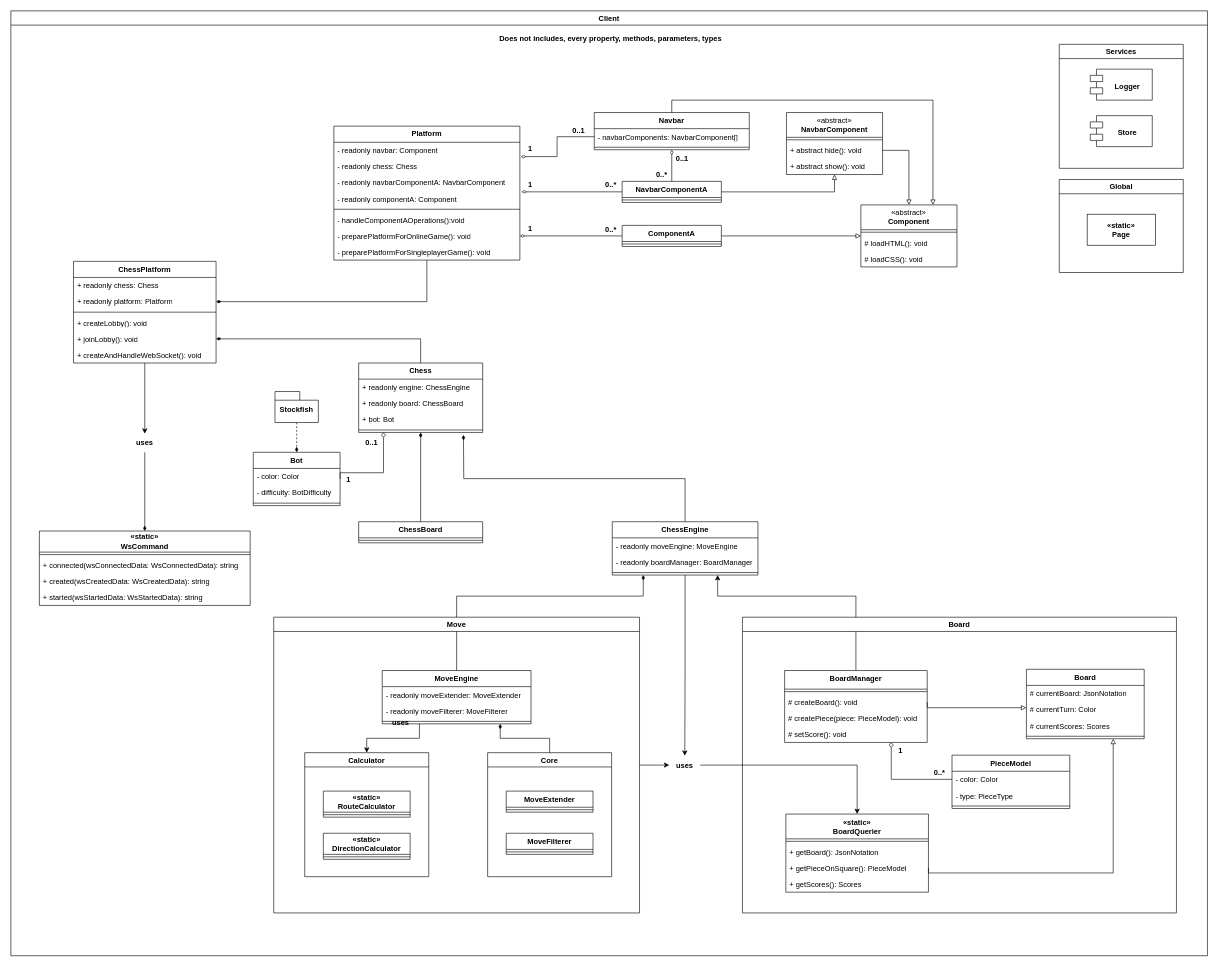
The draw.io diagram page "Client-Side-Architecture" (1 of 5) of docs/chess-platform.drawio in SuperLogic-stack/chess-arena, before the edit. Source tidied: cells renumbered, new cells numbered last; positions are measured from the earlier drawing's top-left corner, leaving out a move shared by most shapes. Both pictures are drawn from the tidied source at 62%, with x=0, y=0 at pixel (11, 11).
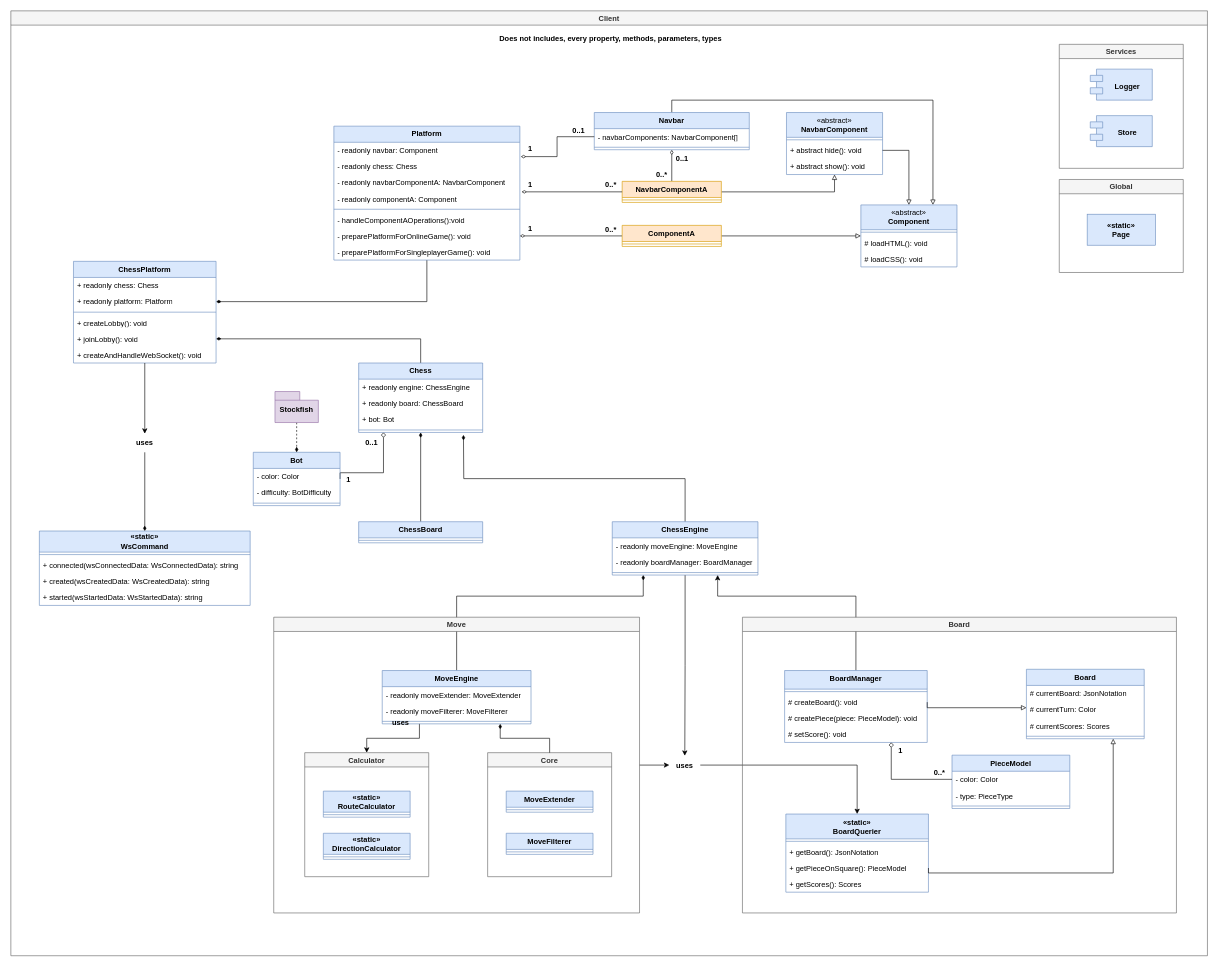
The same diagram, later.

What changed in the source:
```diff
@@
-    <mxCell id="5" value="&lt;b&gt;Platform&lt;/b&gt;" style="swimlane;fontStyle=0;horizontal=1;startSize=26;fillColor=none;whiteSpace=wrap;html=1;swimlaneLine=1;glass=0;swimlaneHead=1;" parent="1" vertex="1">
+    <mxCell id="5" value="&lt;b&gt;Platform&lt;/b&gt;" style="swimlane;fontStyle=0;horizontal=1;startSize=26;fillColor=#dae8fc;whiteSpace=wrap;html=1;swimlaneLine=1;glass=0;swimlaneHead=1;strokeColor=#6c8ebf;" parent="1" vertex="1">
       <mxGeometry x="521" y="186" width="300" height="216" as="geometry" />
     </mxCell>
@@
-    <mxCell id="15" value="&lt;b&gt;Navbar&lt;/b&gt;" style="swimlane;fontStyle=0;horizontal=1;startSize=26;fillColor=none;whiteSpace=wrap;html=1;" parent="1" vertex="1">
+    <mxCell id="15" value="&lt;b&gt;Navbar&lt;/b&gt;" style="swimlane;fontStyle=0;horizontal=1;startSize=26;fillColor=#dae8fc;whiteSpace=wrap;html=1;strokeColor=#6c8ebf;" parent="1" vertex="1">
       <mxGeometry x="941" y="164" width="250" height="60" as="geometry" />
     </mxCell>
@@
-    <mxCell id="18" value="&lt;div&gt;«abstract»&lt;/div&gt;&lt;div&gt;&lt;b&gt;NavbarComponent&lt;/b&gt;&lt;/div&gt;" style="swimlane;fontStyle=0;horizontal=1;startSize=40;fillColor=none;whiteSpace=wrap;html=1;" parent="1" vertex="1">
+    <mxCell id="18" value="&lt;div&gt;«abstract»&lt;/div&gt;&lt;div&gt;&lt;b&gt;NavbarComponent&lt;/b&gt;&lt;/div&gt;" style="swimlane;fontStyle=0;horizontal=1;startSize=40;fillColor=#dae8fc;whiteSpace=wrap;html=1;strokeColor=#6c8ebf;" parent="1" vertex="1">
       <mxGeometry x="1251" y="164" width="155" height="100" as="geometry" />
     </mxCell>
@@
-    <mxCell id="22" value="&lt;div&gt;«abstract»&lt;/div&gt;&lt;div&gt;&lt;b&gt;Component&lt;/b&gt;&lt;/div&gt;" style="swimlane;fontStyle=0;horizontal=1;startSize=40;fillColor=none;whiteSpace=wrap;html=1;" parent="1" vertex="1">
+    <mxCell id="22" value="&lt;div&gt;«abstract»&lt;/div&gt;&lt;div&gt;&lt;b&gt;Component&lt;/b&gt;&lt;/div&gt;" style="swimlane;fontStyle=0;horizontal=1;startSize=40;fillColor=#dae8fc;whiteSpace=wrap;html=1;strokeColor=#6c8ebf;" parent="1" vertex="1">
       <mxGeometry x="1371" y="313" width="155" height="100" as="geometry" />
     </mxCell>
@@
-    <mxCell id="28" value="ComponentA" style="swimlane;fontStyle=1;align=center;verticalAlign=top;horizontal=1;startSize=26;whiteSpace=wrap;html=1;" parent="1" vertex="1">
+    <mxCell id="28" value="ComponentA" style="swimlane;fontStyle=1;align=center;verticalAlign=top;horizontal=1;startSize=26;whiteSpace=wrap;html=1;fillColor=#ffe6cc;strokeColor=#d79b00;" parent="1" vertex="1">
       <mxGeometry x="986" y="346" width="160" height="34" as="geometry" />
     </mxCell>
@@
-    <mxCell id="30" value="NavbarComponentA" style="swimlane;fontStyle=1;align=center;verticalAlign=top;horizontal=1;startSize=26;whiteSpace=wrap;html=1;" parent="1" vertex="1">
+    <mxCell id="30" value="NavbarComponentA" style="swimlane;fontStyle=1;align=center;verticalAlign=top;horizontal=1;startSize=26;whiteSpace=wrap;html=1;fillColor=#ffe6cc;strokeColor=#d79b00;" parent="1" vertex="1">
       <mxGeometry x="986" y="275" width="160" height="34" as="geometry" />
     </mxCell>
@@
-    <mxCell id="33" value="&lt;b&gt;Chess&lt;/b&gt;" style="swimlane;fontStyle=0;horizontal=1;startSize=26;fillColor=none;whiteSpace=wrap;html=1;swimlaneLine=1;glass=0;swimlaneHead=1;" parent="1" vertex="1">
+    <mxCell id="33" value="&lt;b&gt;Chess&lt;/b&gt;" style="swimlane;fontStyle=0;horizontal=1;startSize=26;fillColor=#dae8fc;whiteSpace=wrap;html=1;swimlaneLine=1;glass=0;swimlaneHead=1;strokeColor=#6c8ebf;" parent="1" vertex="1">
       <mxGeometry x="561" y="568" width="200" height="112" as="geometry" />
     </mxCell>
@@
-    <mxCell id="39" value="&lt;b&gt;ChessBoard&lt;/b&gt;" style="swimlane;fontStyle=0;horizontal=1;startSize=26;fillColor=none;whiteSpace=wrap;html=1;swimlaneLine=1;glass=0;swimlaneHead=1;" parent="1" vertex="1">
+    <mxCell id="39" value="&lt;b&gt;ChessBoard&lt;/b&gt;" style="swimlane;fontStyle=0;horizontal=1;startSize=26;fillColor=#dae8fc;whiteSpace=wrap;html=1;swimlaneLine=1;glass=0;swimlaneHead=1;strokeColor=#6c8ebf;" parent="1" vertex="1">
       <mxGeometry x="561" y="824" width="200" height="34" as="geometry" />
     </mxCell>
@@
-    <mxCell id="41" value="Services" style="swimlane;" parent="1" vertex="1">
+    <mxCell id="41" value="Services" style="swimlane;fillColor=#f5f5f5;fontColor=#333333;strokeColor=#666666;" parent="1" vertex="1">
       <mxGeometry x="1691" y="54" width="200" height="200" as="geometry" />
     </mxCell>
-    <mxCell id="42" value="&lt;div&gt;&lt;br&gt;&lt;/div&gt;&lt;div&gt;&lt;b&gt;Logger&lt;/b&gt;&lt;br&gt;&lt;/div&gt;" style="shape=module;align=left;spacingLeft=20;align=center;verticalAlign=top;whiteSpace=wrap;html=1;" parent="41" vertex="1">
+    <mxCell id="42" value="&lt;div&gt;&lt;br&gt;&lt;/div&gt;&lt;div&gt;&lt;b&gt;Logger&lt;/b&gt;&lt;br&gt;&lt;/div&gt;" style="shape=module;align=left;spacingLeft=20;align=center;verticalAlign=top;whiteSpace=wrap;html=1;fillColor=#dae8fc;strokeColor=#6c8ebf;" parent="41" vertex="1">
       <mxGeometry x="50" y="40" width="100" height="50" as="geometry" />
     </mxCell>
-    <mxCell id="43" value="&lt;div&gt;&lt;br&gt;&lt;/div&gt;&lt;div&gt;&lt;b&gt;Store&lt;/b&gt;&lt;br&gt;&lt;/div&gt;" style="shape=module;align=left;spacingLeft=20;align=center;verticalAlign=top;whiteSpace=wrap;html=1;" parent="41" vertex="1">
+    <mxCell id="43" value="&lt;div&gt;&lt;br&gt;&lt;/div&gt;&lt;div&gt;&lt;b&gt;Store&lt;/b&gt;&lt;br&gt;&lt;/div&gt;" style="shape=module;align=left;spacingLeft=20;align=center;verticalAlign=top;whiteSpace=wrap;html=1;fillColor=#dae8fc;strokeColor=#6c8ebf;" parent="41" vertex="1">
       <mxGeometry x="50" y="115" width="100" height="50" as="geometry" />
     </mxCell>
-    <mxCell id="44" value="Global" style="swimlane;" parent="1" vertex="1">
+    <mxCell id="44" value="Global" style="swimlane;fillColor=#f5f5f5;fontColor=#333333;strokeColor=#666666;" parent="1" vertex="1">
       <mxGeometry x="1691" y="272" width="200" height="150" as="geometry" />
     </mxCell>
-    <mxCell id="45" value="&lt;div&gt;&lt;b&gt;«static»&lt;/b&gt;&lt;/div&gt;&lt;div&gt;&lt;b&gt;Page&lt;/b&gt;&lt;/div&gt;" style="html=1;whiteSpace=wrap;" parent="44" vertex="1">
+    <mxCell id="45" value="&lt;div&gt;&lt;b&gt;«static»&lt;/b&gt;&lt;/div&gt;&lt;div&gt;&lt;b&gt;Page&lt;/b&gt;&lt;/div&gt;" style="html=1;whiteSpace=wrap;fillColor=#dae8fc;strokeColor=#6c8ebf;" parent="44" vertex="1">
       <mxGeometry x="45" y="56" width="110" height="50" as="geometry" />
     </mxCell>
@@
-    <mxCell id="47" value="&lt;b&gt;Bot&lt;/b&gt;" style="swimlane;fontStyle=0;horizontal=1;startSize=26;fillColor=none;whiteSpace=wrap;html=1;swimlaneLine=1;glass=0;swimlaneHead=1;" parent="1" vertex="1">
+    <mxCell id="47" value="&lt;b&gt;Bot&lt;/b&gt;" style="swimlane;fontStyle=0;horizontal=1;startSize=26;fillColor=#dae8fc;whiteSpace=wrap;html=1;swimlaneLine=1;glass=0;swimlaneHead=1;strokeColor=#6c8ebf;" parent="1" vertex="1">
       <mxGeometry x="391" y="712" width="140" height="86" as="geometry" />
     </mxCell>
@@
-    <mxCell id="52" value="Stockfish" style="shape=folder;fontStyle=1;spacingTop=10;tabWidth=40;tabHeight=14;tabPosition=left;html=1;whiteSpace=wrap;" parent="1" vertex="1">
+    <mxCell id="52" value="Stockfish" style="shape=folder;fontStyle=1;spacingTop=10;tabWidth=40;tabHeight=14;tabPosition=left;html=1;whiteSpace=wrap;fillColor=#e1d5e7;strokeColor=#9673a6;" parent="1" vertex="1">
       <mxGeometry x="426" y="614" width="70" height="50" as="geometry" />
     </mxCell>
-    <mxCell id="53" value="&lt;b&gt;ChessPlatform&lt;/b&gt;" style="swimlane;fontStyle=1;align=center;verticalAlign=top;horizontal=1;startSize=26;whiteSpace=wrap;html=1;" parent="1" vertex="1">
+    <mxCell id="53" value="&lt;b&gt;ChessPlatform&lt;/b&gt;" style="swimlane;fontStyle=1;align=center;verticalAlign=top;horizontal=1;startSize=26;whiteSpace=wrap;html=1;fillColor=#dae8fc;strokeColor=#6c8ebf;" parent="1" vertex="1">
       <mxGeometry x="101" y="404" width="230" height="164" as="geometry" />
     </mxCell>
@@
-    <mxCell id="73" value="&lt;div&gt;&lt;b&gt;«static»&lt;/b&gt;&lt;/div&gt;&lt;div&gt;&lt;b&gt;WsCommand&lt;/b&gt;&lt;/div&gt;" style="swimlane;fontStyle=0;horizontal=1;startSize=34;fillColor=none;whiteSpace=wrap;html=1;" parent="1" vertex="1">
+    <mxCell id="73" value="&lt;div&gt;&lt;b&gt;«static»&lt;/b&gt;&lt;/div&gt;&lt;div&gt;&lt;b&gt;WsCommand&lt;/b&gt;&lt;/div&gt;" style="swimlane;fontStyle=0;horizontal=1;startSize=34;fillColor=#dae8fc;whiteSpace=wrap;html=1;strokeColor=#6c8ebf;" parent="1" vertex="1">
       <mxGeometry x="46" y="839" width="340" height="120" as="geometry" />
     </mxCell>
@@
-    <mxCell id="81" value="Client" style="swimlane;flipV=0;" parent="1" vertex="1">
+    <mxCell id="81" value="Client" style="swimlane;flipV=0;fillColor=#f5f5f5;strokeColor=#666666;fontColor=#333333;" parent="1" vertex="1">
       <mxGeometry width="1930" height="1524" as="geometry" />
     </mxCell>
@@
-    <mxCell id="88" value="&lt;b&gt;ChessEngine&lt;/b&gt;" style="swimlane;fontStyle=0;horizontal=1;startSize=26;fillColor=none;whiteSpace=wrap;html=1;swimlaneLine=1;glass=0;swimlaneHead=1;" parent="81" vertex="1">
+    <mxCell id="88" value="&lt;b&gt;ChessEngine&lt;/b&gt;" style="swimlane;fontStyle=0;horizontal=1;startSize=26;fillColor=#dae8fc;whiteSpace=wrap;html=1;swimlaneLine=1;glass=0;swimlaneHead=1;strokeColor=#6c8ebf;" parent="81" vertex="1">
       <mxGeometry x="970" y="824" width="235" height="86" as="geometry" />
     </mxCell>
@@
-    <mxCell id="94" value="Move" style="swimlane;" parent="81" vertex="1">
+    <mxCell id="94" value="Move" style="swimlane;fillColor=#f5f5f5;fontColor=#333333;strokeColor=#666666;" parent="81" vertex="1">
       <mxGeometry x="424" y="978" width="590" height="477" as="geometry" />
     </mxCell>
@@
-    <mxCell id="96" value="&lt;b&gt;MoveEngine&lt;/b&gt;" style="swimlane;fontStyle=0;horizontal=1;startSize=26;fillColor=none;whiteSpace=wrap;html=1;" parent="94" vertex="1">
+    <mxCell id="96" value="&lt;b&gt;MoveEngine&lt;/b&gt;" style="swimlane;fontStyle=0;horizontal=1;startSize=26;fillColor=#dae8fc;whiteSpace=wrap;html=1;strokeColor=#6c8ebf;" parent="94" vertex="1">
       <mxGeometry x="175" y="86" width="240" height="86" as="geometry" />
     </mxCell>
@@
-    <mxCell id="100" value="Core" style="swimlane;" parent="94" vertex="1">
+    <mxCell id="100" value="Core" style="swimlane;fillColor=#f5f5f5;fontColor=#333333;strokeColor=#666666;" parent="94" vertex="1">
       <mxGeometry x="345" y="218.5" width="200" height="200" as="geometry" />
     </mxCell>
-    <mxCell id="101" value="&lt;b&gt;MoveExtender&lt;/b&gt;" style="swimlane;fontStyle=0;horizontal=1;startSize=26;fillColor=none;whiteSpace=wrap;html=1;" parent="100" vertex="1">
+    <mxCell id="101" value="&lt;b&gt;MoveExtender&lt;/b&gt;" style="swimlane;fontStyle=0;horizontal=1;startSize=26;fillColor=#dae8fc;whiteSpace=wrap;html=1;strokeColor=#6c8ebf;" parent="100" vertex="1">
       <mxGeometry x="30" y="62" width="140" height="34" as="geometry" />
     </mxCell>
@@
-    <mxCell id="103" value="&lt;b&gt;MoveFilterer&lt;/b&gt;" style="swimlane;fontStyle=0;horizontal=1;startSize=26;fillColor=none;whiteSpace=wrap;html=1;" parent="100" vertex="1">
+    <mxCell id="103" value="&lt;b&gt;MoveFilterer&lt;/b&gt;" style="swimlane;fontStyle=0;horizontal=1;startSize=26;fillColor=#dae8fc;whiteSpace=wrap;html=1;strokeColor=#6c8ebf;" parent="100" vertex="1">
       <mxGeometry x="30" y="130" width="140" height="34" as="geometry" />
     </mxCell>
@@
-    <mxCell id="105" value="Calculator" style="swimlane;" parent="94" vertex="1">
+    <mxCell id="105" value="Calculator" style="swimlane;fillColor=#f5f5f5;fontColor=#333333;strokeColor=#666666;" parent="94" vertex="1">
       <mxGeometry x="50" y="218.5" width="200" height="200" as="geometry" />
     </mxCell>
-    <mxCell id="106" value="&lt;div&gt;&lt;b&gt;«static»&lt;/b&gt;&lt;/div&gt;&lt;div&gt;&lt;b&gt;RouteCalculator&lt;/b&gt;&lt;/div&gt;" style="swimlane;fontStyle=0;horizontal=1;startSize=34;fillColor=none;whiteSpace=wrap;html=1;" parent="105" vertex="1">
+    <mxCell id="106" value="&lt;div&gt;&lt;b&gt;«static»&lt;/b&gt;&lt;/div&gt;&lt;div&gt;&lt;b&gt;RouteCalculator&lt;/b&gt;&lt;/div&gt;" style="swimlane;fontStyle=0;horizontal=1;startSize=34;fillColor=#dae8fc;whiteSpace=wrap;html=1;strokeColor=#6c8ebf;" parent="105" vertex="1">
       <mxGeometry x="30" y="62" width="140" height="42" as="geometry" />
     </mxCell>
@@
-    <mxCell id="108" value="&lt;div&gt;&lt;b&gt;«static»&lt;/b&gt;&lt;/div&gt;&lt;div&gt;&lt;b&gt;DirectionCalculator&lt;/b&gt;&lt;/div&gt;" style="swimlane;fontStyle=0;horizontal=1;startSize=34;fillColor=none;whiteSpace=wrap;html=1;" parent="105" vertex="1">
+    <mxCell id="108" value="&lt;div&gt;&lt;b&gt;«static»&lt;/b&gt;&lt;/div&gt;&lt;div&gt;&lt;b&gt;DirectionCalculator&lt;/b&gt;&lt;/div&gt;" style="swimlane;fontStyle=0;horizontal=1;startSize=34;fillColor=#dae8fc;whiteSpace=wrap;html=1;strokeColor=#6c8ebf;" parent="105" vertex="1">
       <mxGeometry x="30" y="130" width="140" height="42" as="geometry" />
     </mxCell>
@@
-    <mxCell id="112" value="Board" style="swimlane;" parent="81" vertex="1">
+    <mxCell id="112" value="Board" style="swimlane;fillColor=#f5f5f5;fontColor=#333333;strokeColor=#666666;" parent="81" vertex="1">
       <mxGeometry x="1180" y="978" width="700" height="477" as="geometry" />
     </mxCell>
-    <mxCell id="113" value="BoardManager" style="swimlane;fontStyle=1;align=center;verticalAlign=top;horizontal=1;startSize=30;whiteSpace=wrap;html=1;" parent="112" vertex="1">
+    <mxCell id="113" value="BoardManager" style="swimlane;fontStyle=1;align=center;verticalAlign=top;horizontal=1;startSize=30;whiteSpace=wrap;html=1;fillColor=#dae8fc;strokeColor=#6c8ebf;" parent="112" vertex="1">
       <mxGeometry x="68" y="86" width="230" height="116" as="geometry" />
     </mxCell>
@@
-    <mxCell id="118" value="PieceModel" style="swimlane;fontStyle=1;align=center;verticalAlign=top;horizontal=1;startSize=26;whiteSpace=wrap;html=1;" parent="112" vertex="1">
+    <mxCell id="118" value="PieceModel" style="swimlane;fontStyle=1;align=center;verticalAlign=top;horizontal=1;startSize=26;whiteSpace=wrap;html=1;fillColor=#dae8fc;strokeColor=#6c8ebf;" parent="112" vertex="1">
       <mxGeometry x="338" y="222.5" width="190" height="86" as="geometry" />
     </mxCell>
@@
-    <mxCell id="122" value="&lt;div&gt;«static»&lt;/div&gt;&lt;div&gt;BoardQuerier&lt;/div&gt;" style="swimlane;fontStyle=1;align=center;verticalAlign=top;horizontal=1;startSize=40;whiteSpace=wrap;html=1;" parent="112" vertex="1">
+    <mxCell id="122" value="&lt;div&gt;«static»&lt;/div&gt;&lt;div&gt;BoardQuerier&lt;/div&gt;" style="swimlane;fontStyle=1;align=center;verticalAlign=top;horizontal=1;startSize=40;whiteSpace=wrap;html=1;fillColor=#dae8fc;strokeColor=#6c8ebf;" parent="112" vertex="1">
       <mxGeometry x="70" y="317.5" width="230" height="126" as="geometry" />
     </mxCell>
@@
-    <mxCell id="127" value="Board" style="swimlane;fontStyle=1;align=center;verticalAlign=top;horizontal=1;startSize=26;whiteSpace=wrap;html=1;" parent="112" vertex="1">
+    <mxCell id="127" value="Board" style="swimlane;fontStyle=1;align=center;verticalAlign=top;horizontal=1;startSize=26;whiteSpace=wrap;html=1;fillColor=#dae8fc;strokeColor=#6c8ebf;" parent="112" vertex="1">
       <mxGeometry x="458" y="84" width="190" height="112" as="geometry" />
     </mxCell>
```
